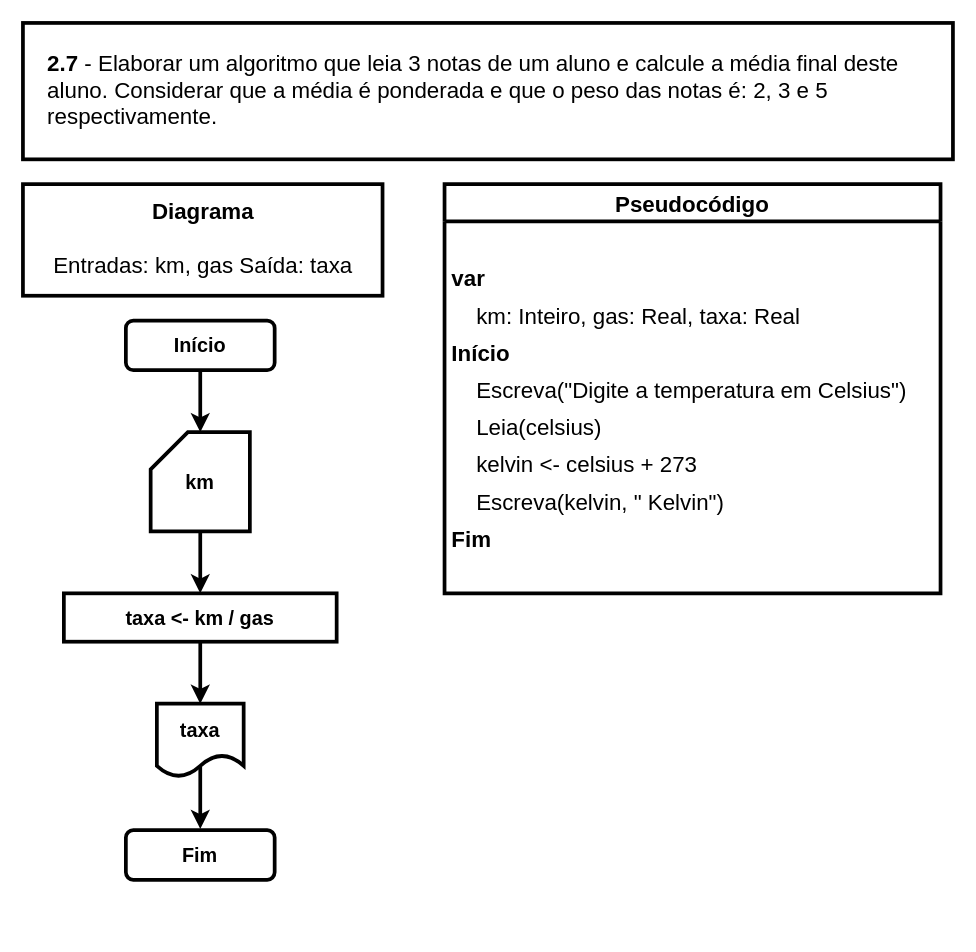
Earlier version of the draw.io diagram page "Ex. 2.7" (11 of 14) of exercicios.drawio (iSamekh/draw.io). Source tidied: cells renumbered, new cells numbered last; positions are measured from the earlier drawing's top-left corner, leaving out a move shared by most shapes. Both pictures are drawn from the tidied source at 124%, with x=0, y=0 at pixel (22, 22).
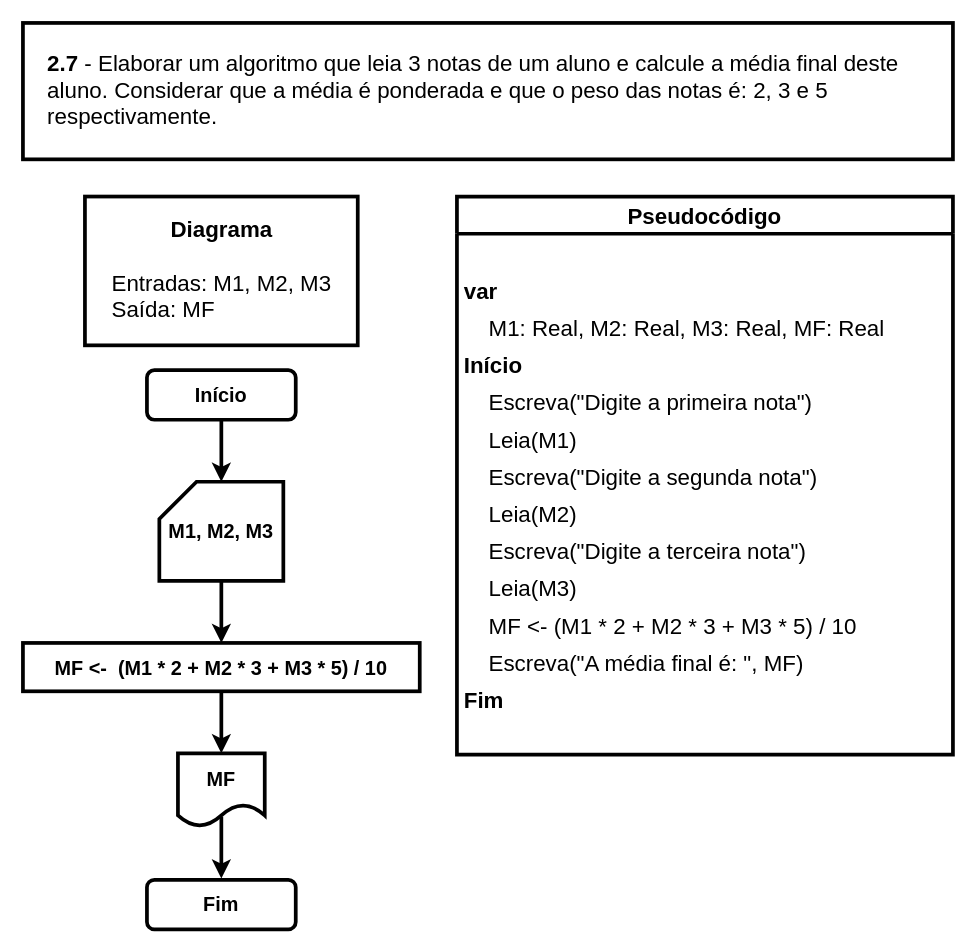
The same page after the edit.

What changed in the source:
```diff
@@
     <mxCell id="3" value="Início" style="rounded=1;whiteSpace=wrap;html=1;fontSize=16;glass=0;strokeWidth=3;shadow=0;fontStyle=1;" parent="1" vertex="1">
-      <mxGeometry x="83" y="240" width="120" height="40" as="geometry" />
+      <mxGeometry x="100" y="280" width="120" height="40" as="geometry" />
     </mxCell>
     <mxCell id="4" value="Fim" style="rounded=1;whiteSpace=wrap;html=1;fontSize=16;glass=0;strokeWidth=3;shadow=0;fontStyle=1;" parent="1" vertex="1">
-      <mxGeometry x="83" y="651" width="120" height="40" as="geometry" />
+      <mxGeometry x="100" y="691" width="120" height="40" as="geometry" />
     </mxCell>
     <mxCell id="5" style="edgeStyle=orthogonalEdgeStyle;rounded=0;orthogonalLoop=1;jettySize=auto;html=1;fontSize=16;fontColor=#0F0F0F;strokeWidth=3;" parent="1" edge="1">
       <mxGeometry relative="1" as="geometry">
-        <mxPoint x="143" y="600" as="sourcePoint" />
-        <mxPoint x="143" y="650" as="targetPoint" />
+        <mxPoint x="160" y="640" as="sourcePoint" />
+        <mxPoint x="160" y="690" as="targetPoint" />
       </mxGeometry>
     </mxCell>
-    <mxCell id="6" value="taxa" style="shape=document;whiteSpace=wrap;html=1;boundedLbl=1;fontStyle=1;fontSize=16;strokeWidth=3;" parent="1" vertex="1">
-      <mxGeometry x="108" y="549" width="70" height="59" as="geometry" />
+    <mxCell id="6" value="MF" style="shape=document;whiteSpace=wrap;html=1;boundedLbl=1;fontStyle=1;fontSize=16;strokeWidth=3;" parent="1" vertex="1">
+      <mxGeometry x="125" y="589" width="70" height="59" as="geometry" />
     </mxCell>
@@
-    <mxCell id="8" value="km" style="shape=card;whiteSpace=wrap;html=1;fontStyle=1;fontSize=16;strokeWidth=3;" parent="1" vertex="1">
-      <mxGeometry x="103" y="330" width="80" height="80" as="geometry" />
+    <mxCell id="8" value="M1, M2, M3" style="shape=card;whiteSpace=wrap;html=1;fontStyle=1;fontSize=16;strokeWidth=3;" parent="1" vertex="1">
+      <mxGeometry x="110" y="370" width="100" height="80" as="geometry" />
     </mxCell>
@@
-    <mxCell id="10" value="taxa &amp;lt;- km / gas" style="rounded=0;whiteSpace=wrap;html=1;fontStyle=1;fontSize=16;strokeWidth=3;" parent="1" vertex="1">
-      <mxGeometry x="33" y="460" width="220" height="39" as="geometry" />
+    <mxCell id="10" value="MF &amp;lt;-&amp;nbsp; (M1 * 2 + M2 * 3 + M3 * 5) / 10" style="rounded=0;whiteSpace=wrap;html=1;fontStyle=1;fontSize=16;strokeWidth=3;" parent="1" vertex="1">
+      <mxGeometry y="500" width="320" height="39" as="geometry" />
     </mxCell>
     <mxCell id="11" value="Pseudocódigo" style="swimlane;fontStyle=1;horizontal=1;startSize=30;rounded=0;shadow=0;labelBackgroundColor=#FFFFFF;labelBorderColor=none;sketch=0;fillStyle=auto;strokeColor=default;strokeWidth=3;fillColor=default;swimlaneLine=1;glass=0;arcSize=20;fontSize=18;spacing=10;" parent="1" vertex="1">
-      <mxGeometry x="340" y="130" width="400" height="330" as="geometry" />
+      <mxGeometry x="350" y="140" width="400" height="450" as="geometry" />
     </mxCell>
@@
-    <mxCell id="14" value="    km: Inteiro, gas: Real, taxa: Real" style="text;strokeColor=none;fillColor=none;align=left;verticalAlign=middle;spacingLeft=4;spacingRight=4;overflow=hidden;rounded=1;shadow=0;labelBackgroundColor=none;labelBorderColor=none;sketch=1;fillStyle=auto;strokeWidth=3;fontSize=18;" parent="11" vertex="1">
+    <mxCell id="14" value="    M1: Real, M2: Real, M3: Real, MF: Real" style="text;strokeColor=none;fillColor=none;align=left;verticalAlign=middle;spacingLeft=4;spacingRight=4;overflow=hidden;rounded=1;shadow=0;labelBackgroundColor=none;labelBorderColor=none;sketch=1;fillStyle=auto;strokeWidth=3;fontSize=18;" parent="11" vertex="1">
       <mxGeometry y="90" width="400" height="30" as="geometry" />
     </mxCell>
@@
-    <mxCell id="16" value="     Escreva(&quot;Digite a temperatura em Celsius&quot;)" style="text;strokeColor=none;fillColor=none;align=left;verticalAlign=middle;spacingLeft=4;spacingRight=4;overflow=hidden;rounded=1;shadow=0;labelBackgroundColor=none;labelBorderColor=none;sketch=1;fillStyle=auto;strokeWidth=3;fontStyle=0;fontSize=18;" parent="11" vertex="1">
+    <mxCell id="16" value="     Escreva(&quot;Digite a primeira nota&quot;)" style="text;strokeColor=none;fillColor=none;align=left;verticalAlign=middle;spacingLeft=4;spacingRight=4;overflow=hidden;rounded=1;shadow=0;labelBackgroundColor=none;labelBorderColor=none;sketch=1;fillStyle=auto;strokeWidth=3;fontStyle=0;fontSize=18;" parent="11" vertex="1">
       <mxGeometry y="150" width="400" height="30" as="geometry" />
     </mxCell>
-    <mxCell id="17" value="     Leia(celsius)" style="text;strokeColor=none;fillColor=none;align=left;verticalAlign=middle;spacingLeft=4;spacingRight=4;overflow=hidden;rounded=1;shadow=0;labelBackgroundColor=none;labelBorderColor=none;sketch=1;fillStyle=auto;strokeWidth=3;fontStyle=0;fontSize=18;" parent="11" vertex="1">
+    <mxCell id="17" value="     Leia(M1)" style="text;strokeColor=none;fillColor=none;align=left;verticalAlign=middle;spacingLeft=4;spacingRight=4;overflow=hidden;rounded=1;shadow=0;labelBackgroundColor=none;labelBorderColor=none;sketch=1;fillStyle=auto;strokeWidth=3;fontStyle=0;fontSize=18;" parent="11" vertex="1">
       <mxGeometry y="180" width="400" height="30" as="geometry" />
     </mxCell>
+    <mxCell id="24" value="    Escreva(&quot;Digite a segunda nota&quot;)" style="text;strokeColor=none;fillColor=none;align=left;verticalAlign=middle;spacingLeft=4;spacingRight=4;overflow=hidden;rounded=1;shadow=0;labelBackgroundColor=none;labelBorderColor=none;sketch=1;fillStyle=auto;strokeWidth=3;fontStyle=0;fontSize=18;" parent="11" vertex="1">
+      <mxGeometry y="210" width="400" height="30" as="geometry" />
+    </mxCell>
+    <mxCell id="25" value="    Leia(M2)" style="text;strokeColor=none;fillColor=none;align=left;verticalAlign=middle;spacingLeft=4;spacingRight=4;overflow=hidden;rounded=1;shadow=0;labelBackgroundColor=none;labelBorderColor=none;sketch=1;fillStyle=auto;strokeWidth=3;fontStyle=0;fontSize=18;" parent="11" vertex="1">
+      <mxGeometry y="240" width="400" height="30" as="geometry" />
+    </mxCell>
+    <mxCell id="26" value="    Escreva(&quot;Digite a terceira nota&quot;)" style="text;strokeColor=none;fillColor=none;align=left;verticalAlign=middle;spacingLeft=4;spacingRight=4;overflow=hidden;rounded=1;shadow=0;labelBackgroundColor=none;labelBorderColor=none;sketch=1;fillStyle=auto;strokeWidth=3;fontStyle=0;fontSize=18;" parent="11" vertex="1">
+      <mxGeometry y="270" width="400" height="30" as="geometry" />
+    </mxCell>
+    <mxCell id="27" value="    Leia(M3)" style="text;strokeColor=none;fillColor=none;align=left;verticalAlign=middle;spacingLeft=4;spacingRight=4;overflow=hidden;rounded=1;shadow=0;labelBackgroundColor=none;labelBorderColor=none;sketch=1;fillStyle=auto;strokeWidth=3;fontStyle=0;fontSize=18;" parent="11" vertex="1">
+      <mxGeometry y="300" width="400" height="30" as="geometry" />
+    </mxCell>
-    <mxCell id="18" value="    kelvin &lt;- celsius + 273" style="text;strokeColor=none;fillColor=none;align=left;verticalAlign=middle;spacingLeft=4;spacingRight=4;overflow=hidden;rounded=1;shadow=0;labelBackgroundColor=none;labelBorderColor=none;sketch=1;fillStyle=auto;strokeWidth=3;fontStyle=0;fontSize=18;" parent="11" vertex="1">
-      <mxGeometry y="210" width="400" height="30" as="geometry" />
+    <mxCell id="18" value="    MF &lt;- (M1 * 2 + M2 * 3 + M3 * 5) / 10" style="text;strokeColor=none;fillColor=none;align=left;verticalAlign=middle;spacingLeft=4;spacingRight=4;overflow=hidden;rounded=1;shadow=0;labelBackgroundColor=none;labelBorderColor=none;sketch=1;fillStyle=auto;strokeWidth=3;fontStyle=0;fontSize=18;" parent="11" vertex="1">
+      <mxGeometry y="330" width="400" height="30" as="geometry" />
     </mxCell>
-    <mxCell id="19" value="     Escreva(kelvin, &quot; Kelvin&quot;)" style="text;strokeColor=none;fillColor=none;align=left;verticalAlign=middle;spacingLeft=4;spacingRight=4;overflow=hidden;rounded=1;shadow=0;labelBackgroundColor=none;labelBorderColor=none;sketch=1;fillStyle=auto;strokeWidth=3;fontStyle=0;fontSize=18;" parent="11" vertex="1">
-      <mxGeometry y="240" width="400" height="30" as="geometry" />
+    <mxCell id="19" value="     Escreva(&quot;A média final é: &quot;, MF)" style="text;strokeColor=none;fillColor=none;align=left;verticalAlign=middle;spacingLeft=4;spacingRight=4;overflow=hidden;rounded=1;shadow=0;labelBackgroundColor=none;labelBorderColor=none;sketch=1;fillStyle=auto;strokeWidth=3;fontStyle=0;fontSize=18;" parent="11" vertex="1">
+      <mxGeometry y="360" width="400" height="30" as="geometry" />
     </mxCell>
     <mxCell id="20" value="Fim" style="text;strokeColor=none;fillColor=none;align=left;verticalAlign=middle;spacingLeft=4;spacingRight=4;overflow=hidden;rounded=1;shadow=0;labelBackgroundColor=none;labelBorderColor=none;sketch=1;fillStyle=auto;strokeWidth=3;fontStyle=1;fontSize=18;" parent="11" vertex="1">
-      <mxGeometry y="270" width="400" height="30" as="geometry" />
+      <mxGeometry y="390" width="400" height="30" as="geometry" />
     </mxCell>
     <mxCell id="21" style="text;strokeColor=none;fillColor=none;align=left;verticalAlign=middle;spacingLeft=4;spacingRight=4;overflow=hidden;rounded=1;shadow=0;labelBackgroundColor=none;labelBorderColor=none;sketch=1;fillStyle=auto;strokeWidth=3;fontStyle=1;fontSize=18;" parent="11" vertex="1">
-      <mxGeometry y="300" width="400" height="30" as="geometry" />
+      <mxGeometry y="420" width="400" height="30" as="geometry" />
     </mxCell>
-    <mxCell id="22" value="&lt;font style=&quot;font-size: 18px;&quot;&gt;&lt;b style=&quot;font-size: 18px;&quot;&gt;Diagrama&lt;br&gt;&lt;/b&gt;&lt;br style=&quot;font-size: 18px;&quot;&gt;&lt;div style=&quot;text-align: left; font-size: 18px;&quot;&gt;&lt;span style=&quot;font-size: 18px;&quot;&gt;&lt;font style=&quot;font-size: 18px;&quot;&gt;Entradas: km, gas&lt;span style=&quot;white-space: pre;&quot;&gt; &lt;/span&gt;&lt;/font&gt;&lt;/span&gt;Saída: taxa&lt;/div&gt;&lt;/font&gt;" style="text;html=1;align=center;verticalAlign=middle;fillColor=default;strokeColor=default;rounded=0;shadow=0;glass=0;labelBackgroundColor=#FFFFFF;labelBorderColor=none;sketch=0;fillStyle=auto;strokeWidth=3;fontSize=18;spacing=10;" parent="1" vertex="1">
-      <mxGeometry y="130" width="290" height="90" as="geometry" />
+    <mxCell id="22" value="&lt;font style=&quot;font-size: 18px;&quot;&gt;&lt;b style=&quot;font-size: 18px;&quot;&gt;Diagrama&lt;br&gt;&lt;/b&gt;&lt;br style=&quot;font-size: 18px;&quot;&gt;&lt;div style=&quot;text-align: left; font-size: 18px;&quot;&gt;&lt;span style=&quot;font-size: 18px;&quot;&gt;&lt;font style=&quot;font-size: 18px;&quot;&gt;Entradas: M1, M2, M3&lt;/font&gt;&lt;/span&gt;&lt;/div&gt;&lt;div style=&quot;text-align: left; font-size: 18px;&quot;&gt;Saída: MF&lt;/div&gt;&lt;/font&gt;" style="text;html=1;align=center;verticalAlign=middle;fillColor=default;strokeColor=default;rounded=0;shadow=0;glass=0;labelBackgroundColor=#FFFFFF;labelBorderColor=none;sketch=0;fillStyle=auto;strokeWidth=3;fontSize=18;spacing=10;" parent="1" vertex="1">
+      <mxGeometry x="50" y="140" width="220" height="120" as="geometry" />
     </mxCell>
```
